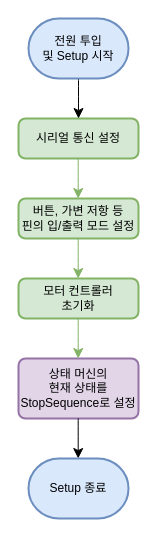
The draw.io diagram page "setup" (1 of 8) of document/순서도.drawio in HeoSeongman/MiniWheel, before the edit. Source tidied: cells renumbered, new cells numbered last; positions are measured from the earlier drawing's top-left corner, leaving out a move shared by most shapes. Both pictures are drawn from the tidied source at 100%, with x=0, y=0 at pixel (18, 18).
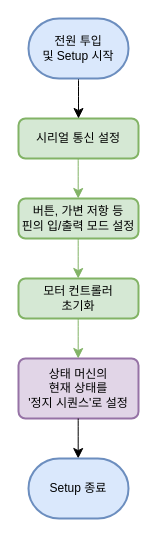
The same page after the edit.

Diff of the diagram source:
```diff
@@
 <mxGraphModel>
   <root>
     <mxCell id="0" />
     <mxCell id="1" parent="0" />
     <mxCell id="2" value="시리얼 통신 설정" style="rounded=1;whiteSpace=wrap;html=1;absoluteArcSize=1;arcSize=14;strokeWidth=2;fillColor=#d5e8d4;strokeColor=#82b366;" parent="1" vertex="1">
       <mxGeometry y="100" width="120" height="40" as="geometry" />
     </mxCell>
     <mxCell id="3" value="버튼, 가변 저항 등 &lt;br&gt;핀의 입/출력 모드 설정" style="rounded=1;whiteSpace=wrap;html=1;absoluteArcSize=1;arcSize=14;strokeWidth=2;fillColor=#d5e8d4;strokeColor=#82b366;" parent="1" vertex="1">
       <mxGeometry y="180" width="120" height="40" as="geometry" />
     </mxCell>
     <mxCell id="4" value="모터 컨트롤러&lt;br&gt;초기화" style="rounded=1;whiteSpace=wrap;html=1;absoluteArcSize=1;arcSize=14;strokeWidth=2;fillColor=#d5e8d4;strokeColor=#82b366;" parent="1" vertex="1">
       <mxGeometry y="260" width="120" height="40" as="geometry" />
     </mxCell>
-    <mxCell id="5" value="상태 머신의 &lt;br&gt;현재 상태를 &lt;br&gt;StopSequence로 설정" style="rounded=1;whiteSpace=wrap;html=1;absoluteArcSize=1;arcSize=14;strokeWidth=2;fillColor=#e1d5e7;strokeColor=#9673a6;" parent="1" vertex="1">
+    <mxCell id="5" value="상태 머신의 &lt;br&gt;현재 상태를 &lt;br&gt;'정지 시퀀스'로 설정" style="rounded=1;whiteSpace=wrap;html=1;absoluteArcSize=1;arcSize=14;strokeWidth=2;fillColor=#e1d5e7;strokeColor=#9673a6;" parent="1" vertex="1">
       <mxGeometry y="340" width="120" height="60" as="geometry" />
     </mxCell>
     <mxCell id="6" style="endArrow=classic;html=1;rounded=0;fontSize=12;startSize=8;endSize=8;curved=1;exitX=0.5;exitY=1;exitDx=0;exitDy=0;exitPerimeter=0;entryX=0.5;entryY=0;entryDx=0;entryDy=0;" parent="1" edge="1" target="2">
       <mxGeometry relative="1" as="geometry">
         <mxPoint x="60" y="60" as="sourcePoint" />
       </mxGeometry>
     </mxCell>
     <mxCell id="7" style="endArrow=classic;html=1;rounded=0;fontSize=12;startSize=8;endSize=8;curved=1;exitX=0.5;exitY=1;exitDx=0;exitDy=0;exitPerimeter=0;entryX=0.5;entryY=0;entryDx=0;entryDy=0;fillColor=#d5e8d4;strokeColor=#82b366;" parent="1" edge="1">
       <mxGeometry relative="1" as="geometry">
         <mxPoint x="59.7" y="140" as="sourcePoint" />
         <mxPoint x="59.7" y="180" as="targetPoint" />
       </mxGeometry>
     </mxCell>
     <mxCell id="8" style="endArrow=classic;html=1;rounded=0;fontSize=12;startSize=8;endSize=8;curved=1;exitX=0.5;exitY=1;exitDx=0;exitDy=0;exitPerimeter=0;entryX=0.5;entryY=0;entryDx=0;entryDy=0;fillColor=#d5e8d4;strokeColor=#82b366;" parent="1" edge="1">
       <mxGeometry relative="1" as="geometry">
         <mxPoint x="59.7" y="220" as="sourcePoint" />
         <mxPoint x="59.7" y="260" as="targetPoint" />
       </mxGeometry>
     </mxCell>
     <mxCell id="9" style="endArrow=classic;html=1;rounded=0;fontSize=12;startSize=8;endSize=8;curved=1;exitX=0.5;exitY=1;exitDx=0;exitDy=0;exitPerimeter=0;entryX=0.5;entryY=0;entryDx=0;entryDy=0;fillColor=#d5e8d4;strokeColor=#82b366;" parent="1" edge="1">
       <mxGeometry relative="1" as="geometry">
         <mxPoint x="59.7" y="300" as="sourcePoint" />
         <mxPoint x="59.7" y="340" as="targetPoint" />
       </mxGeometry>
     </mxCell>
     <mxCell id="10" style="endArrow=classic;html=1;rounded=0;fontSize=12;startSize=8;endSize=8;curved=1;exitX=0.5;exitY=1;exitDx=0;exitDy=0;exitPerimeter=0;entryX=0.5;entryY=0;entryDx=0;entryDy=0;" parent="1" edge="1">
       <mxGeometry relative="1" as="geometry">
         <mxPoint x="59.7" y="400" as="sourcePoint" />
         <mxPoint x="59.7" y="440" as="targetPoint" />
       </mxGeometry>
     </mxCell>
     <mxCell id="11" value="전원 투입&lt;br&gt;및 Setup 시작" style="strokeWidth=2;html=1;shape=mxgraph.flowchart.terminator;whiteSpace=wrap;fillColor=#dae8fc;strokeColor=#6c8ebf;" parent="1" vertex="1">
       <mxGeometry x="10" width="100" height="60" as="geometry" />
     </mxCell>
     <mxCell id="12" value="Setup 종료" style="strokeWidth=2;html=1;shape=mxgraph.flowchart.terminator;whiteSpace=wrap;fillColor=#dae8fc;strokeColor=#6c8ebf;" parent="1" vertex="1">
       <mxGeometry x="10" y="440" width="100" height="60" as="geometry" />
     </mxCell>
   </root>
 </mxGraphModel>
```
